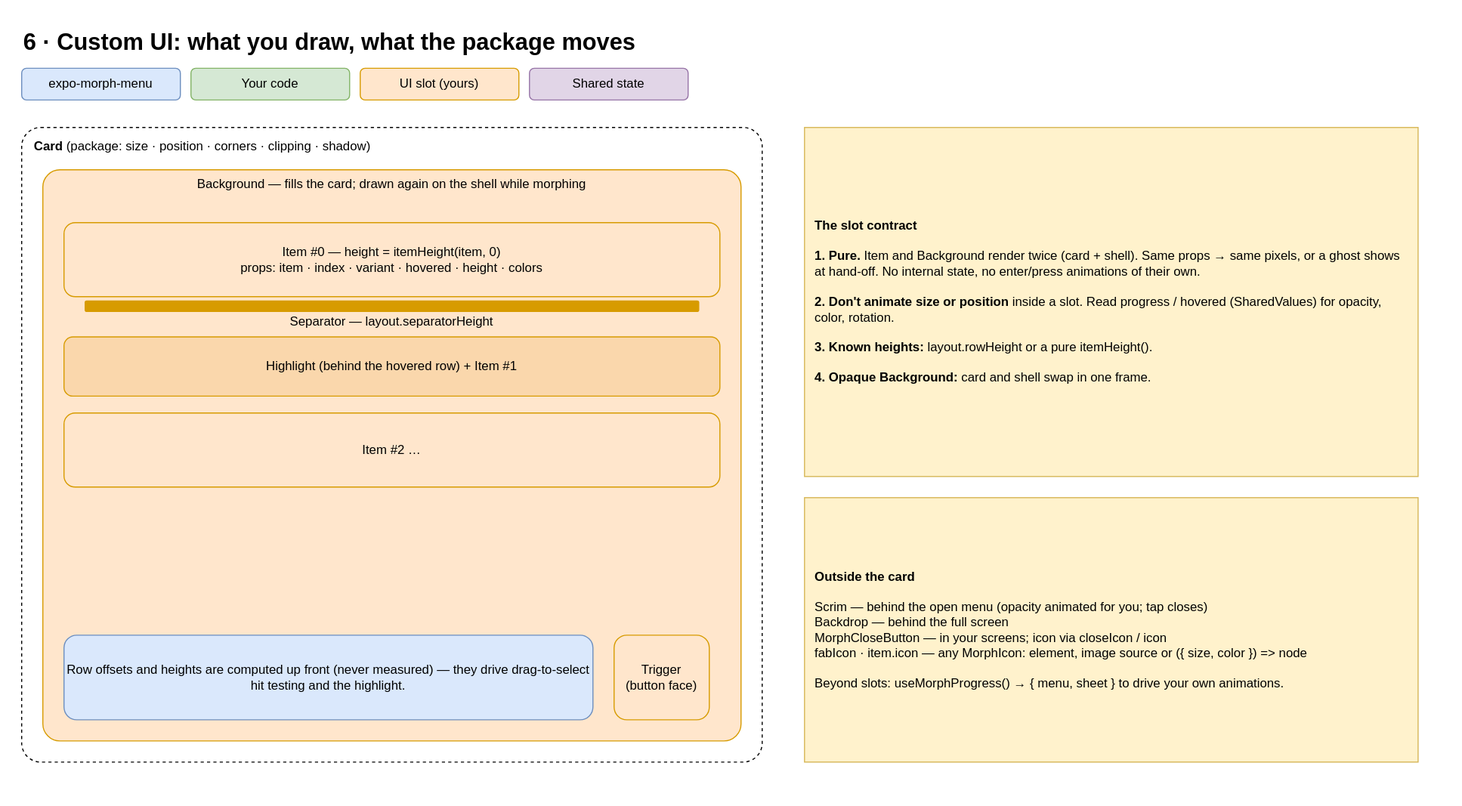
anhtuank7c/expo-morph-menu keeps this draw.io diagram as docs/diagrams/svg/en/6-slots.svg. Above is the earlier version. Source tidied: cells renumbered, new cells last; positions are measured from the earlier drawing's top-left corner, leaving out a move shared by most shapes. Its diagram source:
```xml
<mxGraphModel background="#ffffff">
  <root>
    <mxCell id="0" />
    <mxCell id="1" parent="0" />
    <mxCell id="2" value="6 · Custom UI: what you draw, what the package moves" style="text;html=1;fontSize=22;fontStyle=1;align=left;verticalAlign=top;" parent="1" vertex="1">
      <mxGeometry width="1000" height="34" as="geometry" />
    </mxCell>
    <mxCell id="3" value="expo-morph-menu" style="rounded=1;whiteSpace=wrap;html=1;fillColor=#dae8fc;strokeColor=#6c8ebf;" parent="1" vertex="1">
      <mxGeometry y="44" width="150" height="30" as="geometry" />
    </mxCell>
    <mxCell id="4" value="Your code" style="rounded=1;whiteSpace=wrap;html=1;fillColor=#d5e8d4;strokeColor=#82b366;" parent="1" vertex="1">
      <mxGeometry x="160" y="44" width="150" height="30" as="geometry" />
    </mxCell>
    <mxCell id="5" value="UI slot (yours)" style="rounded=1;whiteSpace=wrap;html=1;fillColor=#ffe6cc;strokeColor=#d79b00;" parent="1" vertex="1">
      <mxGeometry x="320" y="44" width="150" height="30" as="geometry" />
    </mxCell>
    <mxCell id="6" value="Shared state" style="rounded=1;whiteSpace=wrap;html=1;fillColor=#e1d5e7;strokeColor=#9673a6;" parent="1" vertex="1">
      <mxGeometry x="480" y="44" width="150" height="30" as="geometry" />
    </mxCell>
    <mxCell id="7" value="&lt;b&gt;Card&lt;/b&gt; (package: size · position · corners · clipping · shadow)" style="rounded=1;whiteSpace=wrap;html=1;fillColor=none;dashed=1;verticalAlign=top;align=left;spacingLeft=10;spacingTop=4;arcSize=3;" parent="1" vertex="1">
      <mxGeometry y="100" width="700" height="600" as="geometry" />
    </mxCell>
    <mxCell id="8" value="Background — fills the card; drawn again on the shell while morphing" style="rounded=1;whiteSpace=wrap;html=1;fillColor=#ffe6cc;strokeColor=#d79b00;verticalAlign=top;arcSize=3;" parent="1" vertex="1">
      <mxGeometry x="20" y="140" width="660" height="540" as="geometry" />
    </mxCell>
    <mxCell id="9" value="Item #0 — height = itemHeight(item, 0)&lt;br&gt;props: item · index · variant · hovered · height · colors" style="rounded=1;whiteSpace=wrap;html=1;fillColor=#ffe6cc;strokeColor=#d79b00;" parent="1" vertex="1">
      <mxGeometry x="40" y="190" width="620" height="70" as="geometry" />
    </mxCell>
    <mxCell id="10" style="rounded=1;whiteSpace=wrap;html=1;fillColor=#ffe6cc;strokeColor=#d79b00;fillColor=#d79b00;" parent="1" vertex="1">
      <mxGeometry x="60" y="264" width="580" height="10" as="geometry" />
    </mxCell>
    <mxCell id="11" value="Separator — layout.separatorHeight" style="text;html=1;fontSize=12;align=center;verticalAlign=middle;whiteSpace=wrap;" parent="1" vertex="1">
      <mxGeometry x="40" y="274" width="620" height="20" as="geometry" />
    </mxCell>
    <mxCell id="12" value="Highlight (behind the hovered row) + Item #1" style="rounded=1;whiteSpace=wrap;html=1;fillColor=#ffe6cc;strokeColor=#d79b00;fillColor=#fad7ac;" parent="1" vertex="1">
      <mxGeometry x="40" y="298" width="620" height="56" as="geometry" />
    </mxCell>
    <mxCell id="13" value="Item #2 …" style="rounded=1;whiteSpace=wrap;html=1;fillColor=#ffe6cc;strokeColor=#d79b00;" parent="1" vertex="1">
      <mxGeometry x="40" y="370" width="620" height="70" as="geometry" />
    </mxCell>
    <mxCell id="14" value="Trigger&lt;br&gt;(button face)" style="rounded=1;whiteSpace=wrap;html=1;fillColor=#ffe6cc;strokeColor=#d79b00;" parent="1" vertex="1">
      <mxGeometry x="560" y="580" width="90" height="80" as="geometry" />
    </mxCell>
    <mxCell id="15" value="Row offsets and heights are computed up front (never measured) — they drive drag-to-select hit testing and the highlight." style="rounded=1;whiteSpace=wrap;html=1;fillColor=#dae8fc;strokeColor=#6c8ebf;" parent="1" vertex="1">
      <mxGeometry x="40" y="580" width="500" height="80" as="geometry" />
    </mxCell>
    <mxCell id="16" value="&lt;b&gt;The slot contract&lt;/b&gt;&lt;br&gt;&lt;br&gt;&lt;b&gt;1. Pure.&lt;/b&gt; Item and Background render twice (card + shell). Same props → same pixels, or a ghost shows at hand-off. No internal state, no enter/press animations of their own.&lt;br&gt;&lt;br&gt;&lt;b&gt;2. Don't animate size or position&lt;/b&gt; inside a slot. Read progress / hovered (SharedValues) for opacity, color, rotation.&lt;br&gt;&lt;br&gt;&lt;b&gt;3. Known heights:&lt;/b&gt; layout.rowHeight or a pure itemHeight().&lt;br&gt;&lt;br&gt;&lt;b&gt;4. Opaque Background:&lt;/b&gt; card and shell swap in one frame." style="rounded=0;whiteSpace=wrap;html=1;fillColor=#fff2cc;strokeColor=#d6b656;align=left;spacingLeft=8;spacingRight=8;" parent="1" vertex="1">
      <mxGeometry x="740" y="100" width="580" height="330" as="geometry" />
    </mxCell>
    <mxCell id="17" value="&lt;b&gt;Outside the card&lt;/b&gt;&lt;br&gt;&lt;br&gt;Scrim — behind the open menu (opacity animated for you; tap closes)&lt;br&gt;Backdrop — behind the full screen&lt;br&gt;MorphCloseButton — in your screens; icon via closeIcon / icon&lt;br&gt;fabIcon · item.icon — any MorphIcon: element, image source or ({ size, color }) =&amp;gt; node&lt;br&gt;&lt;br&gt;Beyond slots: useMorphProgress() → { menu, sheet } to drive your own animations." style="rounded=0;whiteSpace=wrap;html=1;fillColor=#fff2cc;strokeColor=#d6b656;align=left;spacingLeft=8;spacingRight=8;" parent="1" vertex="1">
      <mxGeometry x="740" y="450" width="580" height="250" as="geometry" />
    </mxCell>
  </root>
</mxGraphModel>
```
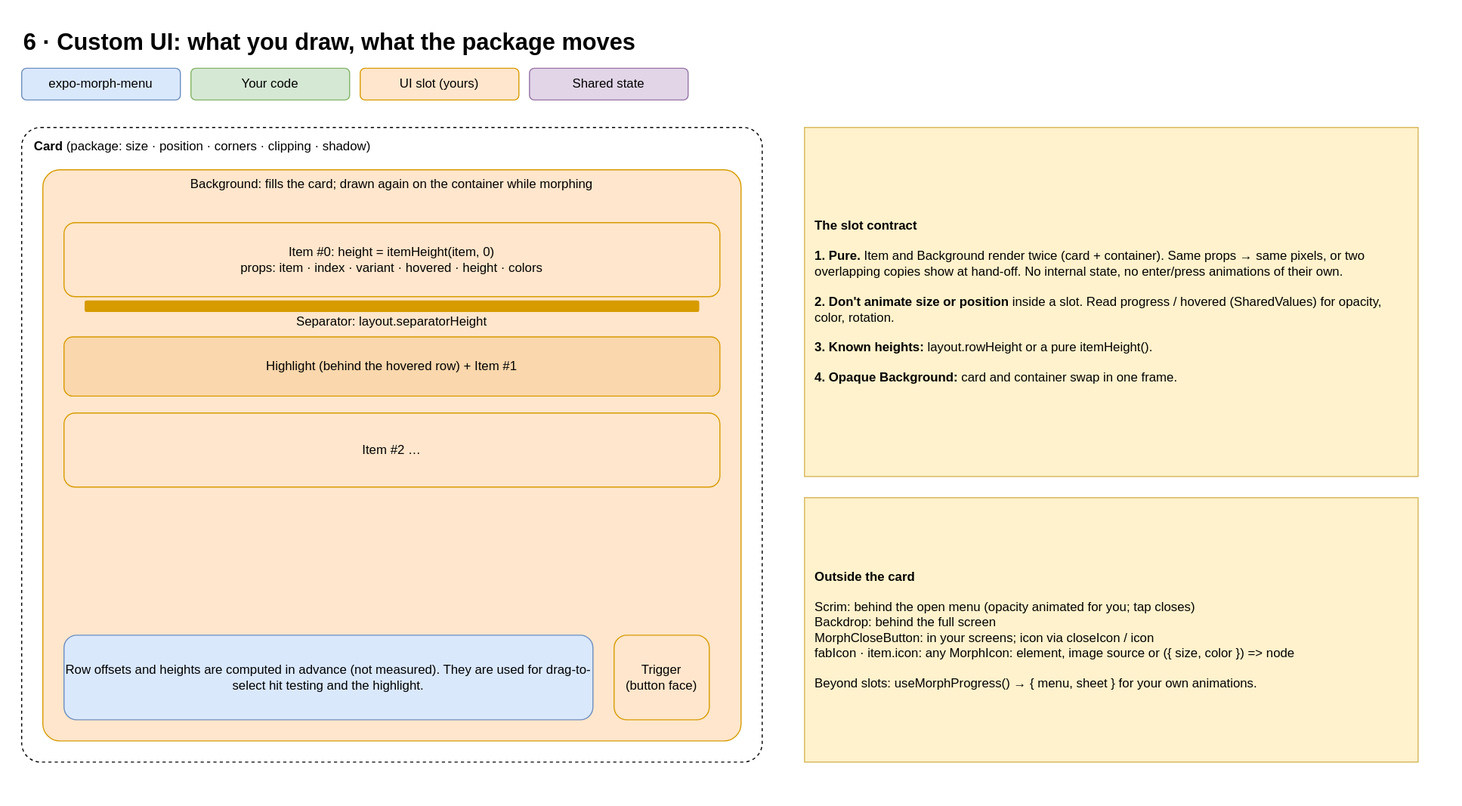
After the change.

The edit, as a diff of the source:
```diff
@@ -20,16 +20,16 @@
     <mxCell id="7" value="&lt;b&gt;Card&lt;/b&gt; (package: size · position · corners · clipping · shadow)" style="rounded=1;whiteSpace=wrap;html=1;fillColor=none;dashed=1;verticalAlign=top;align=left;spacingLeft=10;spacingTop=4;arcSize=3;" parent="1" vertex="1">
       <mxGeometry y="100" width="700" height="600" as="geometry" />
     </mxCell>
-    <mxCell id="8" value="Background — fills the card; drawn again on the shell while morphing" style="rounded=1;whiteSpace=wrap;html=1;fillColor=#ffe6cc;strokeColor=#d79b00;verticalAlign=top;arcSize=3;" parent="1" vertex="1">
+    <mxCell id="8" value="Background: fills the card; drawn again on the container while morphing" style="rounded=1;whiteSpace=wrap;html=1;fillColor=#ffe6cc;strokeColor=#d79b00;verticalAlign=top;arcSize=3;" parent="1" vertex="1">
       <mxGeometry x="20" y="140" width="660" height="540" as="geometry" />
     </mxCell>
-    <mxCell id="9" value="Item #0 — height = itemHeight(item, 0)&lt;br&gt;props: item · index · variant · hovered · height · colors" style="rounded=1;whiteSpace=wrap;html=1;fillColor=#ffe6cc;strokeColor=#d79b00;" parent="1" vertex="1">
+    <mxCell id="9" value="Item #0: height = itemHeight(item, 0)&lt;br&gt;props: item · index · variant · hovered · height · colors" style="rounded=1;whiteSpace=wrap;html=1;fillColor=#ffe6cc;strokeColor=#d79b00;" parent="1" vertex="1">
       <mxGeometry x="40" y="190" width="620" height="70" as="geometry" />
     </mxCell>
     <mxCell id="10" style="rounded=1;whiteSpace=wrap;html=1;fillColor=#ffe6cc;strokeColor=#d79b00;fillColor=#d79b00;" parent="1" vertex="1">
       <mxGeometry x="60" y="264" width="580" height="10" as="geometry" />
     </mxCell>
-    <mxCell id="11" value="Separator — layout.separatorHeight" style="text;html=1;fontSize=12;align=center;verticalAlign=middle;whiteSpace=wrap;" parent="1" vertex="1">
+    <mxCell id="11" value="Separator: layout.separatorHeight" style="text;html=1;fontSize=12;align=center;verticalAlign=middle;whiteSpace=wrap;" parent="1" vertex="1">
       <mxGeometry x="40" y="274" width="620" height="20" as="geometry" />
     </mxCell>
     <mxCell id="12" value="Highlight (behind the hovered row) + Item #1" style="rounded=1;whiteSpace=wrap;html=1;fillColor=#ffe6cc;strokeColor=#d79b00;fillColor=#fad7ac;" parent="1" vertex="1">
@@ -41,13 +41,13 @@
     <mxCell id="14" value="Trigger&lt;br&gt;(button face)" style="rounded=1;whiteSpace=wrap;html=1;fillColor=#ffe6cc;strokeColor=#d79b00;" parent="1" vertex="1">
       <mxGeometry x="560" y="580" width="90" height="80" as="geometry" />
     </mxCell>
-    <mxCell id="15" value="Row offsets and heights are computed up front (never measured) — they drive drag-to-select hit testing and the highlight." style="rounded=1;whiteSpace=wrap;html=1;fillColor=#dae8fc;strokeColor=#6c8ebf;" parent="1" vertex="1">
+    <mxCell id="15" value="Row offsets and heights are computed in advance (not measured). They are used for drag-to-select hit testing and the highlight." style="rounded=1;whiteSpace=wrap;html=1;fillColor=#dae8fc;strokeColor=#6c8ebf;" parent="1" vertex="1">
       <mxGeometry x="40" y="580" width="500" height="80" as="geometry" />
     </mxCell>
-    <mxCell id="16" value="&lt;b&gt;The slot contract&lt;/b&gt;&lt;br&gt;&lt;br&gt;&lt;b&gt;1. Pure.&lt;/b&gt; Item and Background render twice (card + shell). Same props → same pixels, or a ghost shows at hand-off. No internal state, no enter/press animations of their own.&lt;br&gt;&lt;br&gt;&lt;b&gt;2. Don't animate size or position&lt;/b&gt; inside a slot. Read progress / hovered (SharedValues) for opacity, color, rotation.&lt;br&gt;&lt;br&gt;&lt;b&gt;3. Known heights:&lt;/b&gt; layout.rowHeight or a pure itemHeight().&lt;br&gt;&lt;br&gt;&lt;b&gt;4. Opaque Background:&lt;/b&gt; card and shell swap in one frame." style="rounded=0;whiteSpace=wrap;html=1;fillColor=#fff2cc;strokeColor=#d6b656;align=left;spacingLeft=8;spacingRight=8;" parent="1" vertex="1">
+    <mxCell id="16" value="&lt;b&gt;The slot contract&lt;/b&gt;&lt;br&gt;&lt;br&gt;&lt;b&gt;1. Pure.&lt;/b&gt; Item and Background render twice (card + container). Same props → same pixels, or two overlapping copies show at hand-off. No internal state, no enter/press animations of their own.&lt;br&gt;&lt;br&gt;&lt;b&gt;2. Don't animate size or position&lt;/b&gt; inside a slot. Read progress / hovered (SharedValues) for opacity, color, rotation.&lt;br&gt;&lt;br&gt;&lt;b&gt;3. Known heights:&lt;/b&gt; layout.rowHeight or a pure itemHeight().&lt;br&gt;&lt;br&gt;&lt;b&gt;4. Opaque Background:&lt;/b&gt; card and container swap in one frame." style="rounded=0;whiteSpace=wrap;html=1;fillColor=#fff2cc;strokeColor=#d6b656;align=left;spacingLeft=8;spacingRight=8;" parent="1" vertex="1">
       <mxGeometry x="740" y="100" width="580" height="330" as="geometry" />
     </mxCell>
-    <mxCell id="17" value="&lt;b&gt;Outside the card&lt;/b&gt;&lt;br&gt;&lt;br&gt;Scrim — behind the open menu (opacity animated for you; tap closes)&lt;br&gt;Backdrop — behind the full screen&lt;br&gt;MorphCloseButton — in your screens; icon via closeIcon / icon&lt;br&gt;fabIcon · item.icon — any MorphIcon: element, image source or ({ size, color }) =&amp;gt; node&lt;br&gt;&lt;br&gt;Beyond slots: useMorphProgress() → { menu, sheet } to drive your own animations." style="rounded=0;whiteSpace=wrap;html=1;fillColor=#fff2cc;strokeColor=#d6b656;align=left;spacingLeft=8;spacingRight=8;" parent="1" vertex="1">
+    <mxCell id="17" value="&lt;b&gt;Outside the card&lt;/b&gt;&lt;br&gt;&lt;br&gt;Scrim: behind the open menu (opacity animated for you; tap closes)&lt;br&gt;Backdrop: behind the full screen&lt;br&gt;MorphCloseButton: in your screens; icon via closeIcon / icon&lt;br&gt;fabIcon · item.icon: any MorphIcon: element, image source or ({ size, color }) =&amp;gt; node&lt;br&gt;&lt;br&gt;Beyond slots: useMorphProgress() → { menu, sheet } for your own animations." style="rounded=0;whiteSpace=wrap;html=1;fillColor=#fff2cc;strokeColor=#d6b656;align=left;spacingLeft=8;spacingRight=8;" parent="1" vertex="1">
       <mxGeometry x="740" y="450" width="580" height="250" as="geometry" />
     </mxCell>
   </root>
```
